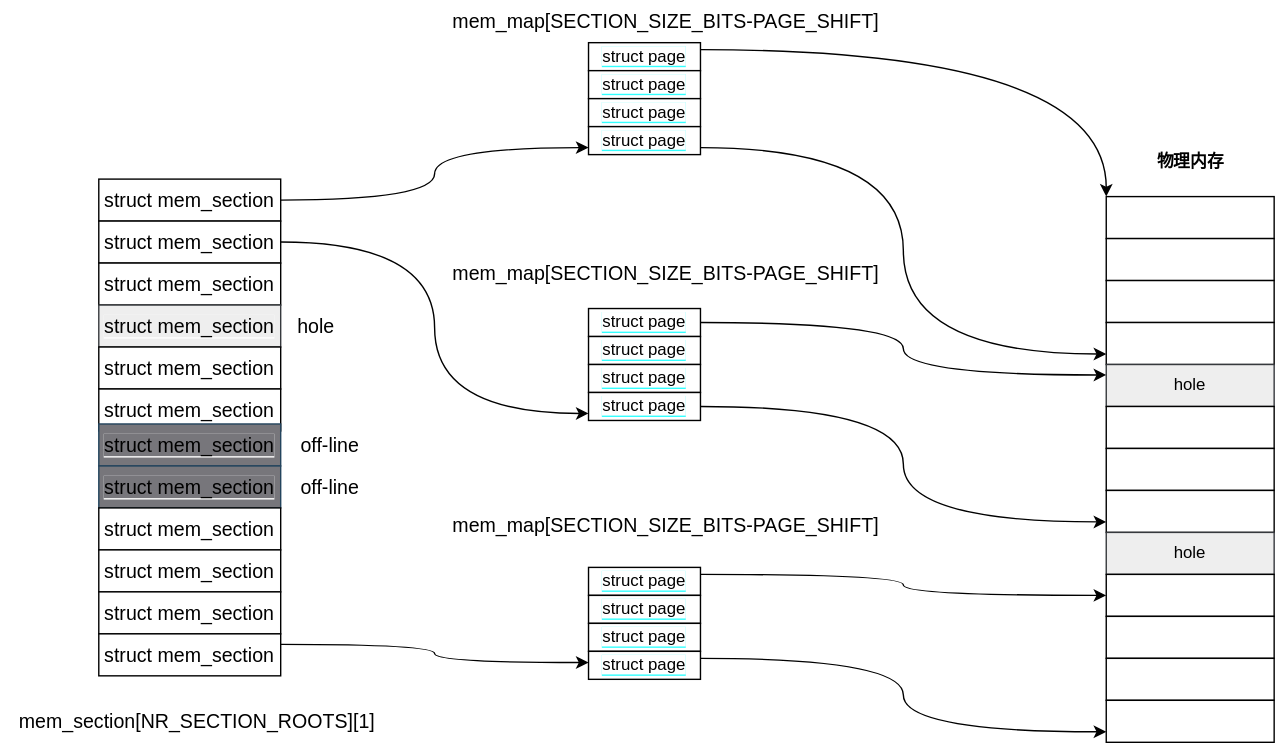
Earlier version of the draw.io export images/SPARSEMEM.drawio.svg (kongjun18/thesis). Source tidied: cells renumbered, new cells last; positions are measured from the earlier drawing's top-left corner, leaving out a move shared by most shapes.
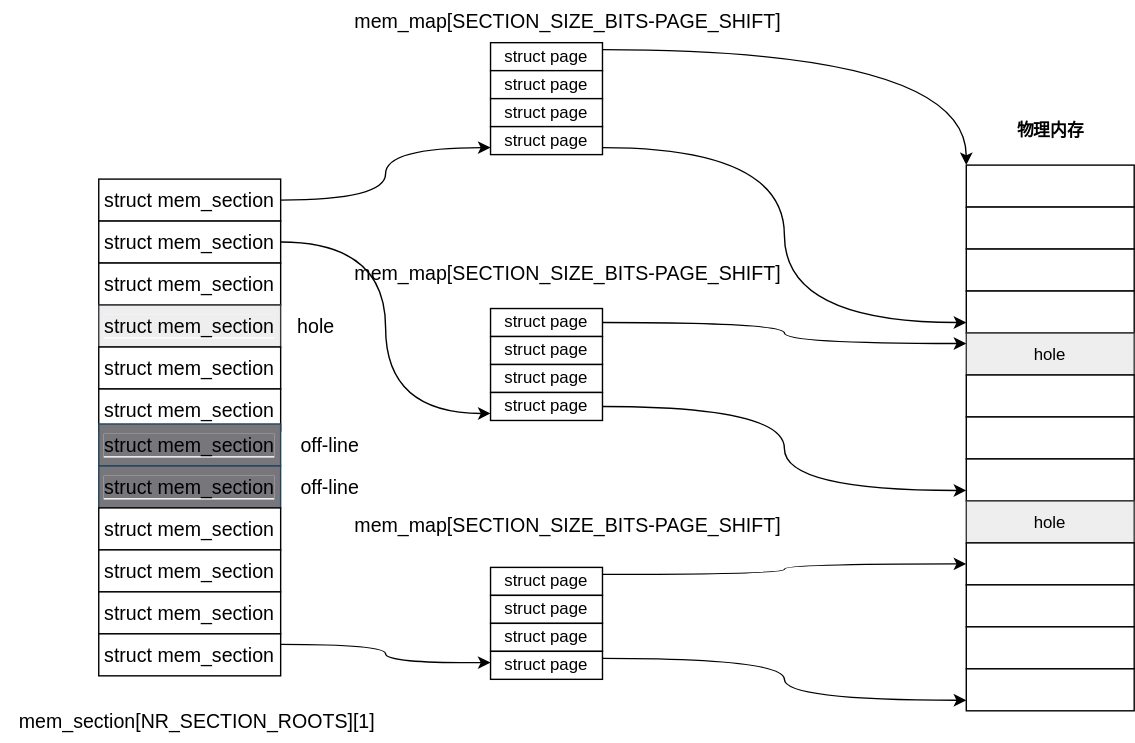
The same diagram one commit later.

Change to the diagram source:
```diff
@@ -3,121 +3,121 @@
     <mxCell id="0" />
     <mxCell id="1" parent="0" />
     <mxCell id="2" style="rounded=0;whiteSpace=wrap;html=1;labelBackgroundColor=#33FFFF;" parent="1" vertex="1">
-      <mxGeometry x="790" y="140" width="120" height="30" as="geometry" />
+      <mxGeometry x="760" y="117.5" width="120" height="30" as="geometry" />
     </mxCell>
     <mxCell id="3" style="rounded=0;whiteSpace=wrap;html=1;labelBackgroundColor=#33FFFF;" parent="1" vertex="1">
-      <mxGeometry x="790" y="170" width="120" height="30" as="geometry" />
+      <mxGeometry x="760" y="147.5" width="120" height="30" as="geometry" />
     </mxCell>
     <mxCell id="4" style="rounded=0;whiteSpace=wrap;html=1;labelBackgroundColor=#33FFFF;" parent="1" vertex="1">
-      <mxGeometry x="790" y="200" width="120" height="30" as="geometry" />
+      <mxGeometry x="760" y="177.5" width="120" height="30" as="geometry" />
     </mxCell>
     <mxCell id="5" style="rounded=0;whiteSpace=wrap;html=1;labelBackgroundColor=#33FFFF;" parent="1" vertex="1">
-      <mxGeometry x="790" y="230" width="120" height="30" as="geometry" />
+      <mxGeometry x="760" y="207.5" width="120" height="30" as="geometry" />
     </mxCell>
     <mxCell id="6" value="hole" style="rounded=0;whiteSpace=wrap;html=1;labelBackgroundColor=none;fillColor=#eeeeee;strokeColor=#36393d;" parent="1" vertex="1">
-      <mxGeometry x="790" y="260" width="120" height="30" as="geometry" />
+      <mxGeometry x="760" y="237.5" width="120" height="30" as="geometry" />
     </mxCell>
     <mxCell id="7" style="rounded=0;whiteSpace=wrap;html=1;labelBackgroundColor=#33FFFF;" parent="1" vertex="1">
-      <mxGeometry x="790" y="290" width="120" height="30" as="geometry" />
+      <mxGeometry x="760" y="267.5" width="120" height="30" as="geometry" />
     </mxCell>
     <mxCell id="8" style="rounded=0;whiteSpace=wrap;html=1;labelBackgroundColor=#33FFFF;" parent="1" vertex="1">
-      <mxGeometry x="790" y="320" width="120" height="30" as="geometry" />
+      <mxGeometry x="760" y="297.5" width="120" height="30" as="geometry" />
     </mxCell>
     <mxCell id="9" style="rounded=0;whiteSpace=wrap;html=1;labelBackgroundColor=#33FFFF;" parent="1" vertex="1">
-      <mxGeometry x="790" y="350" width="120" height="30" as="geometry" />
+      <mxGeometry x="760" y="327.5" width="120" height="30" as="geometry" />
     </mxCell>
     <mxCell id="10" value="hole" style="rounded=0;whiteSpace=wrap;html=1;labelBackgroundColor=#FFFFF;fillColor=#eeeeee;strokeColor=#36393d;" parent="1" vertex="1">
-      <mxGeometry x="790" y="380" width="120" height="30" as="geometry" />
+      <mxGeometry x="760" y="357.5" width="120" height="30" as="geometry" />
     </mxCell>
     <mxCell id="11" style="rounded=0;whiteSpace=wrap;html=1;labelBackgroundColor=#33FFFF;" parent="1" vertex="1">
-      <mxGeometry x="790" y="410" width="120" height="30" as="geometry" />
+      <mxGeometry x="760" y="387.5" width="120" height="30" as="geometry" />
     </mxCell>
     <mxCell id="12" style="rounded=0;whiteSpace=wrap;html=1;labelBackgroundColor=#33FFFF;" parent="1" vertex="1">
-      <mxGeometry x="790" y="440" width="120" height="30" as="geometry" />
+      <mxGeometry x="760" y="417.5" width="120" height="30" as="geometry" />
     </mxCell>
     <mxCell id="13" style="rounded=0;whiteSpace=wrap;html=1;labelBackgroundColor=#33FFFF;" parent="1" vertex="1">
-      <mxGeometry x="790" y="470" width="120" height="30" as="geometry" />
+      <mxGeometry x="760" y="447.5" width="120" height="30" as="geometry" />
     </mxCell>
     <mxCell id="14" value="&lt;b&gt;物理内存&lt;/b&gt;" style="text;html=1;align=center;verticalAlign=middle;strokeColor=none;fillColor=none;" parent="1" vertex="1">
-      <mxGeometry x="815" y="100" width="70" height="30" as="geometry" />
+      <mxGeometry x="785" y="77.5" width="70" height="30" as="geometry" />
     </mxCell>
     <mxCell id="15" style="rounded=0;whiteSpace=wrap;html=1;labelBackgroundColor=#33FFFF;" parent="1" vertex="1">
-      <mxGeometry x="790" y="500" width="120" height="30" as="geometry" />
+      <mxGeometry x="760" y="477.5" width="120" height="30" as="geometry" />
     </mxCell>
     <mxCell id="16" style="edgeStyle=orthogonalEdgeStyle;curved=1;jettySize=auto;html=1;exitX=1;exitY=0.25;exitDx=0;exitDy=0;entryX=0;entryY=0;entryDx=0;entryDy=0;fontSize=14;" parent="1" edge="1" source="17" target="2">
       <mxGeometry relative="1" as="geometry" />
     </mxCell>
-    <mxCell id="17" value="&lt;span style=&quot;background-color: rgb(255, 255, 255);&quot;&gt;struct page&lt;/span&gt;" style="rounded=0;whiteSpace=wrap;html=1;labelBackgroundColor=#33FFFF;" parent="1" vertex="1">
+    <mxCell id="17" value="&lt;span style=&quot;&quot;&gt;struct page&lt;/span&gt;" style="rounded=0;whiteSpace=wrap;html=1;labelBackgroundColor=#FFFFFF;" parent="1" vertex="1">
       <mxGeometry x="420" y="30" width="80" height="20" as="geometry" />
     </mxCell>
-    <mxCell id="18" value="&lt;span style=&quot;background-color: rgb(255, 255, 255);&quot;&gt;struct page&lt;/span&gt;" style="rounded=0;whiteSpace=wrap;html=1;labelBackgroundColor=#33FFFF;" parent="1" vertex="1">
+    <mxCell id="18" value="&lt;span style=&quot;&quot;&gt;struct page&lt;/span&gt;" style="rounded=0;whiteSpace=wrap;html=1;labelBackgroundColor=none;" parent="1" vertex="1">
       <mxGeometry x="420" y="50" width="80" height="20" as="geometry" />
     </mxCell>
-    <mxCell id="19" value="&lt;span style=&quot;background-color: rgb(255, 255, 255);&quot;&gt;struct page&lt;/span&gt;" style="rounded=0;whiteSpace=wrap;html=1;labelBackgroundColor=#33FFFF;" parent="1" vertex="1">
+    <mxCell id="19" value="&lt;span style=&quot;&quot;&gt;struct page&lt;/span&gt;" style="rounded=0;whiteSpace=wrap;html=1;labelBackgroundColor=#FFFFFF;" parent="1" vertex="1">
       <mxGeometry x="420" y="70" width="80" height="20" as="geometry" />
     </mxCell>
     <mxCell id="20" style="edgeStyle=orthogonalEdgeStyle;curved=1;jettySize=auto;html=1;exitX=1;exitY=0.75;exitDx=0;exitDy=0;entryX=0;entryY=0.75;entryDx=0;entryDy=0;fontSize=14;" parent="1" edge="1" source="21" target="5">
       <mxGeometry relative="1" as="geometry" />
     </mxCell>
-    <mxCell id="21" value="&lt;span style=&quot;background-color: rgb(255, 255, 255);&quot;&gt;struct page&lt;/span&gt;" style="rounded=0;whiteSpace=wrap;html=1;labelBackgroundColor=#33FFFF;" parent="1" vertex="1">
+    <mxCell id="21" value="&lt;span style=&quot;&quot;&gt;struct page&lt;/span&gt;" style="rounded=0;whiteSpace=wrap;html=1;labelBackgroundColor=#FFFFFF;" parent="1" vertex="1">
       <mxGeometry x="420" y="90" width="80" height="20" as="geometry" />
     </mxCell>
     <mxCell id="22" style="edgeStyle=orthogonalEdgeStyle;curved=1;jettySize=auto;html=1;entryX=0;entryY=0.25;entryDx=0;entryDy=0;fontSize=14;" parent="1" edge="1" source="23" target="6">
       <mxGeometry relative="1" as="geometry" />
     </mxCell>
-    <mxCell id="23" value="&lt;span style=&quot;background-color: rgb(255, 255, 255);&quot;&gt;struct page&lt;/span&gt;" style="rounded=0;whiteSpace=wrap;html=1;labelBackgroundColor=#33FFFF;" parent="1" vertex="1">
+    <mxCell id="23" value="&lt;span style=&quot;&quot;&gt;struct page&lt;/span&gt;" style="rounded=0;whiteSpace=wrap;html=1;labelBackgroundColor=#FFFFFF;" parent="1" vertex="1">
       <mxGeometry x="420" y="220" width="80" height="20" as="geometry" />
     </mxCell>
-    <mxCell id="24" value="&lt;span style=&quot;background-color: rgb(255, 255, 255);&quot;&gt;struct page&lt;/span&gt;" style="rounded=0;whiteSpace=wrap;html=1;labelBackgroundColor=#33FFFF;" parent="1" vertex="1">
+    <mxCell id="24" value="&lt;span style=&quot;&quot;&gt;struct page&lt;/span&gt;" style="rounded=0;whiteSpace=wrap;html=1;labelBackgroundColor=none;" parent="1" vertex="1">
       <mxGeometry x="420" y="240" width="80" height="20" as="geometry" />
     </mxCell>
-    <mxCell id="25" value="&lt;span style=&quot;background-color: rgb(255, 255, 255);&quot;&gt;struct page&lt;/span&gt;" style="rounded=0;whiteSpace=wrap;html=1;labelBackgroundColor=#33FFFF;" parent="1" vertex="1">
+    <mxCell id="25" value="&lt;span style=&quot;&quot;&gt;struct page&lt;/span&gt;" style="rounded=0;whiteSpace=wrap;html=1;labelBackgroundColor=none;" parent="1" vertex="1">
       <mxGeometry x="420" y="260" width="80" height="20" as="geometry" />
     </mxCell>
     <mxCell id="26" style="edgeStyle=orthogonalEdgeStyle;curved=1;jettySize=auto;html=1;exitX=1;exitY=0.5;exitDx=0;exitDy=0;entryX=0;entryY=0.75;entryDx=0;entryDy=0;fontSize=14;" parent="1" edge="1" source="27" target="9">
       <mxGeometry relative="1" as="geometry" />
     </mxCell>
-    <mxCell id="27" value="&lt;span style=&quot;background-color: rgb(255, 255, 255);&quot;&gt;struct page&lt;/span&gt;" style="rounded=0;whiteSpace=wrap;html=1;labelBackgroundColor=#33FFFF;" parent="1" vertex="1">
+    <mxCell id="27" value="&lt;span style=&quot;&quot;&gt;struct page&lt;/span&gt;" style="rounded=0;whiteSpace=wrap;html=1;labelBackgroundColor=#FFFFFF;" parent="1" vertex="1">
       <mxGeometry x="420" y="280" width="80" height="20" as="geometry" />
     </mxCell>
     <mxCell id="28" style="edgeStyle=orthogonalEdgeStyle;curved=1;jettySize=auto;html=1;entryX=0;entryY=0.75;entryDx=0;entryDy=0;fontSize=14;" parent="1" edge="1" source="29" target="21">
       <mxGeometry relative="1" as="geometry" />
     </mxCell>
     <mxCell id="29" value="struct mem_section" style="rounded=0;whiteSpace=wrap;html=1;labelBackgroundColor=#FFFFFF;labelBorderColor=none;fontSize=14;" parent="1" vertex="1">
-      <mxGeometry x="70" y="127.5" width="130" height="30" as="geometry" />
+      <mxGeometry x="140" y="127.5" width="130" height="30" as="geometry" />
     </mxCell>
     <mxCell id="30" style="edgeStyle=orthogonalEdgeStyle;curved=1;jettySize=auto;html=1;exitX=1;exitY=0.5;exitDx=0;exitDy=0;entryX=0;entryY=0.75;entryDx=0;entryDy=0;fontSize=14;" parent="1" edge="1" source="31" target="27">
       <mxGeometry relative="1" as="geometry" />
     </mxCell>
     <mxCell id="31" value="struct mem_section" style="rounded=0;whiteSpace=wrap;html=1;labelBackgroundColor=#FFFFFF;labelBorderColor=none;fontSize=14;" parent="1" vertex="1">
-      <mxGeometry x="70" y="157.5" width="130" height="30" as="geometry" />
+      <mxGeometry x="140" y="157.5" width="130" height="30" as="geometry" />
     </mxCell>
     <mxCell id="32" value="struct mem_section" style="rounded=0;whiteSpace=wrap;html=1;labelBackgroundColor=#FFFFFF;labelBorderColor=none;fontSize=14;" parent="1" vertex="1">
-      <mxGeometry x="70" y="187.5" width="130" height="30" as="geometry" />
+      <mxGeometry x="140" y="187.5" width="130" height="30" as="geometry" />
     </mxCell>
     <mxCell id="33" value="&lt;span style=&quot;background-color: rgb(238, 238, 238);&quot;&gt;struct mem_section&lt;/span&gt;" style="rounded=0;whiteSpace=wrap;html=1;labelBackgroundColor=#FFFFFF;labelBorderColor=none;fontSize=14;fillColor=#eeeeee;strokeColor=#36393d;" parent="1" vertex="1">
-      <mxGeometry x="70" y="217.5" width="130" height="30" as="geometry" />
+      <mxGeometry x="140" y="217.5" width="130" height="30" as="geometry" />
     </mxCell>
     <mxCell id="34" value="struct mem_section" style="rounded=0;whiteSpace=wrap;html=1;labelBackgroundColor=#FFFFFF;labelBorderColor=none;fontSize=14;" parent="1" vertex="1">
-      <mxGeometry x="70" y="247.5" width="130" height="30" as="geometry" />
+      <mxGeometry x="140" y="247.5" width="130" height="30" as="geometry" />
     </mxCell>
     <mxCell id="35" value="struct mem_section" style="rounded=0;whiteSpace=wrap;html=1;labelBackgroundColor=#FFFFFF;labelBorderColor=none;fontSize=14;" parent="1" vertex="1">
-      <mxGeometry x="70" y="277.5" width="130" height="30" as="geometry" />
+      <mxGeometry x="140" y="277.5" width="130" height="30" as="geometry" />
     </mxCell>
     <mxCell id="36" value="&lt;span style=&quot;background-color: rgb(119, 118, 123);&quot;&gt;struct mem_section&lt;/span&gt;" style="rounded=0;whiteSpace=wrap;html=1;labelBackgroundColor=#FFFFFF;labelBorderColor=none;fontSize=14;fillColor=#77767b;strokeColor=#23445d;" parent="1" vertex="1">
-      <mxGeometry x="70" y="302.5" width="130" height="30" as="geometry" />
+      <mxGeometry x="140" y="302.5" width="130" height="30" as="geometry" />
     </mxCell>
     <mxCell id="37" value="&lt;span style=&quot;background-color: rgb(119, 118, 123);&quot;&gt;struct mem_section&lt;/span&gt;" style="rounded=0;whiteSpace=wrap;html=1;labelBackgroundColor=#FFFFFF;labelBorderColor=none;fontSize=14;fillColor=#77767b;strokeColor=#23445d;" parent="1" vertex="1">
-      <mxGeometry x="70" y="332.5" width="130" height="30" as="geometry" />
+      <mxGeometry x="140" y="332.5" width="130" height="30" as="geometry" />
     </mxCell>
     <mxCell id="38" value="struct mem_section" style="rounded=0;whiteSpace=wrap;html=1;labelBackgroundColor=#FFFFFF;labelBorderColor=none;fontSize=14;" parent="1" vertex="1">
-      <mxGeometry x="70" y="362.5" width="130" height="30" as="geometry" />
+      <mxGeometry x="140" y="362.5" width="130" height="30" as="geometry" />
     </mxCell>
     <mxCell id="39" value="struct mem_section" style="rounded=0;whiteSpace=wrap;html=1;labelBackgroundColor=#FFFFFF;labelBorderColor=none;fontSize=14;" parent="1" vertex="1">
-      <mxGeometry x="70" y="392.5" width="130" height="30" as="geometry" />
+      <mxGeometry x="140" y="392.5" width="130" height="30" as="geometry" />
     </mxCell>
     <mxCell id="40" value="struct mem_section" style="rounded=0;whiteSpace=wrap;html=1;labelBackgroundColor=#FFFFFF;labelBorderColor=none;fontSize=14;" parent="1" vertex="1">
-      <mxGeometry x="70" y="422.5" width="130" height="30" as="geometry" />
+      <mxGeometry x="140" y="422.5" width="130" height="30" as="geometry" />
     </mxCell>
     <mxCell id="41" style="edgeStyle=orthogonalEdgeStyle;curved=1;jettySize=auto;html=1;exitX=1;exitY=0.25;exitDx=0;exitDy=0;fontSize=14;" parent="1" edge="1" source="42">
       <mxGeometry relative="1" as="geometry">
@@ -125,40 +125,40 @@
       </mxGeometry>
     </mxCell>
     <mxCell id="42" value="struct mem_section" style="rounded=0;whiteSpace=wrap;html=1;labelBackgroundColor=#FFFFFF;labelBorderColor=none;fontSize=14;" parent="1" vertex="1">
-      <mxGeometry x="70" y="452.5" width="130" height="30" as="geometry" />
+      <mxGeometry x="140" y="452.5" width="130" height="30" as="geometry" />
     </mxCell>
     <mxCell id="43" value="mem_section[NR_SECTION_ROOTS][1]" style="text;html=1;align=center;verticalAlign=middle;strokeColor=none;fillColor=none;fontSize=14;" parent="1" vertex="1">
-      <mxGeometry y="500" width="280" height="30" as="geometry" />
+      <mxGeometry x="70" y="500" width="280" height="30" as="geometry" />
     </mxCell>
     <mxCell id="44" style="edgeStyle=orthogonalEdgeStyle;curved=1;jettySize=auto;html=1;exitX=1;exitY=0.25;exitDx=0;exitDy=0;entryX=0;entryY=0.5;entryDx=0;entryDy=0;fontSize=14;" parent="1" edge="1" source="45" target="11">
       <mxGeometry relative="1" as="geometry" />
     </mxCell>
-    <mxCell id="45" value="&lt;span style=&quot;background-color: rgb(255, 255, 255);&quot;&gt;struct page&lt;/span&gt;" style="rounded=0;whiteSpace=wrap;html=1;labelBackgroundColor=#33FFFF;" parent="1" vertex="1">
+    <mxCell id="45" value="&lt;span style=&quot;&quot;&gt;struct page&lt;/span&gt;" style="rounded=0;whiteSpace=wrap;html=1;labelBackgroundColor=none;" parent="1" vertex="1">
       <mxGeometry x="420" y="405" width="80" height="20" as="geometry" />
     </mxCell>
-    <mxCell id="46" value="&lt;span style=&quot;background-color: rgb(255, 255, 255);&quot;&gt;struct page&lt;/span&gt;" style="rounded=0;whiteSpace=wrap;html=1;labelBackgroundColor=#33FFFF;" parent="1" vertex="1">
+    <mxCell id="46" value="&lt;span style=&quot;&quot;&gt;struct page&lt;/span&gt;" style="rounded=0;whiteSpace=wrap;html=1;labelBackgroundColor=none;" parent="1" vertex="1">
       <mxGeometry x="420" y="425" width="80" height="20" as="geometry" />
     </mxCell>
-    <mxCell id="47" value="&lt;span style=&quot;background-color: rgb(255, 255, 255);&quot;&gt;struct page&lt;/span&gt;" style="rounded=0;whiteSpace=wrap;html=1;labelBackgroundColor=#33FFFF;" parent="1" vertex="1">
+    <mxCell id="47" value="&lt;span style=&quot;&quot;&gt;struct page&lt;/span&gt;" style="rounded=0;whiteSpace=wrap;html=1;labelBackgroundColor=none;" parent="1" vertex="1">
       <mxGeometry x="420" y="445" width="80" height="20" as="geometry" />
     </mxCell>
     <mxCell id="48" style="edgeStyle=orthogonalEdgeStyle;curved=1;jettySize=auto;html=1;exitX=1;exitY=0.25;exitDx=0;exitDy=0;entryX=0;entryY=0.75;entryDx=0;entryDy=0;fontSize=14;" parent="1" edge="1" source="49" target="15">
       <mxGeometry relative="1" as="geometry" />
     </mxCell>
-    <mxCell id="49" value="&lt;span style=&quot;background-color: rgb(255, 255, 255);&quot;&gt;struct page&lt;/span&gt;" style="rounded=0;whiteSpace=wrap;html=1;labelBackgroundColor=#33FFFF;" parent="1" vertex="1">
+    <mxCell id="49" value="&lt;span style=&quot;&quot;&gt;struct page&lt;/span&gt;" style="rounded=0;whiteSpace=wrap;html=1;labelBackgroundColor=none;" parent="1" vertex="1">
       <mxGeometry x="420" y="465" width="80" height="20" as="geometry" />
     </mxCell>
     <mxCell id="50" value="mem_map[SECTION_SIZE_BITS-PAGE_SHIFT]" style="text;html=1;align=center;verticalAlign=middle;strokeColor=none;fillColor=none;fontSize=14;" parent="1" vertex="1">
       <mxGeometry x="310" width="330" height="30" as="geometry" />
     </mxCell>
     <mxCell id="51" value="off-line" style="text;html=1;align=center;verticalAlign=middle;strokeColor=none;fillColor=none;fontSize=14;" parent="1" vertex="1">
-      <mxGeometry x="200" y="302.5" width="70" height="30" as="geometry" />
+      <mxGeometry x="270" y="302.5" width="70" height="30" as="geometry" />
     </mxCell>
     <mxCell id="52" value="off-line" style="text;html=1;align=center;verticalAlign=middle;strokeColor=none;fillColor=none;fontSize=14;" parent="1" vertex="1">
-      <mxGeometry x="200" y="332.5" width="70" height="30" as="geometry" />
+      <mxGeometry x="270" y="332.5" width="70" height="30" as="geometry" />
     </mxCell>
     <mxCell id="53" value="hole" style="text;html=1;align=center;verticalAlign=middle;strokeColor=none;fillColor=none;fontSize=14;" parent="1" vertex="1">
-      <mxGeometry x="200" y="217.5" width="50" height="30" as="geometry" />
+      <mxGeometry x="270" y="217.5" width="50" height="30" as="geometry" />
     </mxCell>
     <mxCell id="54" value="mem_map[SECTION_SIZE_BITS-PAGE_SHIFT]" style="text;html=1;align=center;verticalAlign=middle;strokeColor=none;fillColor=none;fontSize=14;" parent="1" vertex="1">
       <mxGeometry x="310" y="180" width="330" height="30" as="geometry" />
```
